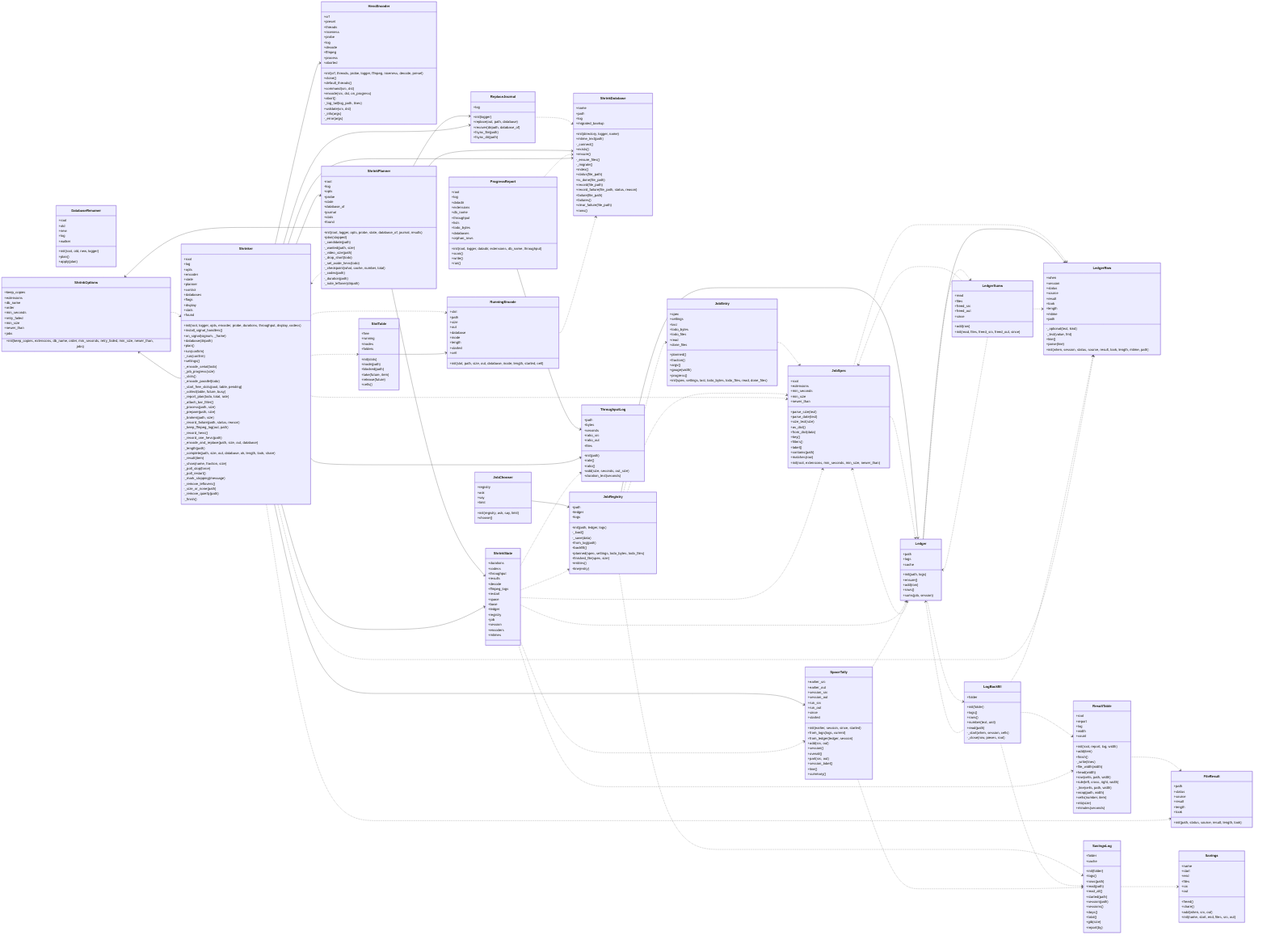
Before: docs/img/uml_shrink.png, a diagram exported from Mermaid (peddanet/mediatools). Its source is kept beside it as docs/img/uml_shrink.mmd. Its diagram source:
```mermaid
classDiagram
  direction LR
  class ShrinkDatabase {
    +name
    +path
    +log
    +migrated_backup
    +init(directory, logger, name)
    +mtime_text(path)
    -_connect()
    +exists()
    +ensure()
    -_ensure_files()
    -_migrate()
    +index()
    +status(file_path)
    +is_done(file_path)
    +record(file_path)
    +record_failure(file_path, status, reason)
    +failure(file_path)
    +failures()
    +clear_failure(file_path)
    +rows()
  }
  class DatabaseRenamer {
    +root
    +old
    +new
    +log
    +walker
    +init(root, old, new, logger)
    +plan()
    +apply(plan)
  }
  class HevcEncoder {
    +crf
    +preset
    +threads
    +threads_given
    +niceness
    +probe
    +log
    +decode
    +ffmpeg
    +process
    +aborted
    +init(crf, threads, probe, logger, ffmpeg, niceness, decode, preset)
    +clone()
    +default_threads()
    +command(src, dst)
    +encode(src, dst, on_progress)
    +abort()
    -_log_tail(log_path, lines)
    +validate(src, dst)
    -_info(args)
    -_error(args)
  }
  class FileResult {
    +path
    +status
    +source
    +result
    +length
    +took
    +init(path, status, source, result, length, took)
  }
  class JobChooser {
    +registry
    +ask
    +say
    +limit
    +init(registry, ask, say, limit)
    +choose()
  }
  class JobEntry {
    +spec
    +settings
    +last
    +todo_bytes
    +todo_files
    +read
    +done_files
    +planned()
    +fraction()
    +argv()
    +gauge(width)
    +progress()
    +init(spec, settings, last, todo_bytes, todo_files, read, done_files)
  }
  class JobRegistry {
    +path
    +ledger
    +logs
    +init(path, ledger, logs)
    -_load()
    -_save(data)
    +from_log(path)
    +backfill()
    +planned(spec, settings, todo_bytes, todo_files)
    +finished_file(spec, size)
    +entries()
    +line(entry)
  }
  class JobSpec {
    +root
    +extensions
    +min_seconds
    +min_size
    +newer_than
    +parse_size(text)
    +parse_date(text)
    +size_text(size)
    +as_dict()
    +from_dict(data)
    +key()
    +filters()
    +label()
    +contains(path)
    +matches(row)
    +init(root, extensions, min_seconds, min_size, newer_than)
  }
  class ReplaceJournal {
    +log
    +init(logger)
    +replace(out, path, database)
    +recover(dirpath, database_of)
    +fsync_file(path)
    +fsync_dir(path)
  }
  class Ledger {
    +path
    +logs
    +cache
    +init(path, logs)
    +ensure()
    +add(row)
    +rows()
    +sums(job, session)
  }
  class LedgerSums {
    +read
    +files
    +freed_src
    +freed_out
    +since
    +add(row)
    +init(read, files, freed_src, freed_out, since)
  }
  class LedgerRow {
    +when
    +session
    +status
    +source
    +result
    +took
    +length
    +mtime
    +path
    -_optional(text, kind)
    -_text(value, fmt)
    +line()
    +parse(line)
    +init(when, session, status, source, result, took, length, mtime, path)
  }
  class LogBackfill {
    +folder
    +init(folder)
    +logs()
    +rows()
    +number(text, unit)
    +read(path)
    -_start(when, session, cells)
    -_close(row, pieces, root)
  }
  class ShrinkOptions {
    +keep_copies
    +extensions
    +db_name
    +order
    +min_seconds
    +retry_failed
    +min_size
    +newer_than
    +jobs
    +init(keep_copies, extensions, db_name, order, min_seconds, retry_failed, min_size, newer_than, jobs)
  }
  class ShrinkPlanner {
    +root
    +log
    +opts
    +probe
    +state
    +database_of
    +journal
    +stats
    +found
    +init(root, logger, opts, probe, state, database_of, journal, results)
    +plan(stopped)
    -_candidate(path)
    -_wanted(path, size)
    -_video_size(path)
    -_drop_short(todo)
    -_set_aside_hevc(todo)
    -_checkpoint(what, cache, number, total)
    -_codec(path)
    -_duration(path)
    -_note_leftover(dirpath)
  }
  class ProgressReport {
    +root
    +log
    +datadir
    +extensions
    +db_name
    +throughput
    +lists
    +todo_bytes
    +databases
    +orphan_rows
    +init(root, logger, datadir, extensions, db_name, throughput)
    +scan()
    +write()
    +run()
  }
  class ResultTable {
    +root
    +report
    +log
    +width
    +count
    +init(root, report, log, width)
    +add(item)
    +finish()
    -_write(lines)
    +file_width(width)
    +head(width)
    +row(cells, path, width)
    +rule(left, cross, right, width)
    -_line(cells, path, width)
    +wrap(path, width)
    +cells(number, item)
    +mb(size)
    +minutes(seconds)
  }
  class Savings {
    +name
    +start
    +end
    +files
    +src
    +out
    +freed()
    +share()
    +add(when, src, out)
    +init(name, start, end, files, src, out)
  }
  class SavingsLog {
    +folder
    +cache
    +init(folder)
    +logs()
    +rows(path)
    +read(path)
    +read_all()
    +started(path)
    +session(path)
    +sessions()
    +days()
    +total()
    +gib(size)
    +report(by)
  }
  class Shrinker {
    +root
    +log
    +opts
    +encoder
    +state
    +planner
    +control
    +databases
    +flags
    +display
    +stats
    +found
    +init(root, logger, opts, encoder, probe, durations, throughput, display, codecs)
    +install_signal_handlers()
    +on_signal(signum, _frame)
    +database(dirpath)
    +plan()
    +run(confirm)
    -_run(confirm)
    +settings()
    -_encode_serial(todo)
    -_job_progress(size)
    -_slots()
    -_encode_parallel(todo)
    -_start_free_slots(pool, table, pending)
    -_progress_into(cell)
    -_collect(table, future, busy)
    -_report_plan(todo, total, rate)
    -_attach_bar_filter()
    -_process(path, size)
    -_prepare(path, size)
    -_broken(path, size)
    -_record_failure(path, status, reason)
    -_keep_ffmpeg_log(out, path)
    -_record_hevc()
    -_record_one_hevc(path)
    -_encode_and_replace(path, size, out, database)
    -_length(path)
    -_complete(path, size, out, database, ok, length, took, share)
    -_result(item)
    -_show(name, fraction, size)
    -_poll_stop(force)
    -_poll_restart()
    -_mark_stopping(message)
    -_remove_leftovers()
    -_size_or_none(path)
    -_remove_quietly(path)
    -_finish()
  }
  class ShrinkState {
    +durations
    +codecs
    +throughput
    +results
    +decode
    +ffmpeg_logs
    +restart
    +space
    +base
    +ledger
    +registry
    +job
    +session
    +encoders
    +mtimes
  }
  class RunningEncode {
    +slot
    +path
    +size
    +out
    +database
    +inode
    +length
    +started
    +cell
    +init(slot, path, size, out, database, inode, length, started, cell)
  }
  class SlotTable {
    +free
    +running
    +inodes
    +folders
    +init(slots)
    +inode(path)
    +blocked(path)
    +take(future, item)
    +release(future)
    +cells()
  }
  class SpaceTally {
    +earlier_src
    +earlier_out
    +session_src
    +session_out
    +run_src
    +run_out
    +since
    +started
    +init(earlier, session, since, started)
    +from_logs(logs, current)
    +from_ledger(ledger, session)
    +add(src, out)
    +session()
    +overall()
    +part(src, out)
    +session_label()
    +line()
    +summary()
  }
  class ThroughputLog {
    +path
    +bytes
    +seconds
    +ratio_src
    +ratio_out
    +files
    +init(path)
    +rate()
    +ratio()
    +add(size, seconds, out_size)
    +duration_text(seconds)
  }
  JobChooser --> JobRegistry
  JobEntry ..> JobSpec
  JobRegistry ..> JobEntry
  JobRegistry ..> JobSpec
  JobRegistry --> Ledger
  JobRegistry ..> SavingsLog
  JobSpec ..> Ledger
  JobSpec ..> LedgerRow
  ReplaceJournal ..> ShrinkDatabase
  Ledger ..> JobSpec
  Ledger --> LedgerRow
  Ledger ..> LedgerSums
  Ledger ..> LogBackfill
  LedgerSums ..> JobSpec
  LedgerSums ..> Ledger
  LedgerSums ..> LedgerRow
  LogBackfill ..> Ledger
  LogBackfill ..> LedgerRow
  LogBackfill ..> ResultTable
  LogBackfill ..> SavingsLog
  ShrinkOptions ..> Shrinker
  ShrinkPlanner --> ReplaceJournal
  ShrinkPlanner --> ShrinkDatabase
  ShrinkPlanner --> ShrinkOptions
  ShrinkPlanner --> ShrinkState
  ShrinkPlanner ..> Shrinker
  ProgressReport ..> ShrinkDatabase
  ProgressReport --> ThroughputLog
  ResultTable ..> FileResult
  SavingsLog ..> Savings
  Shrinker ..> FileResult
  Shrinker --> HevcEncoder
  Shrinker ..> JobSpec
  Shrinker ..> LedgerRow
  Shrinker --> ReplaceJournal
  Shrinker ..> RunningEncode
  Shrinker --> ShrinkDatabase
  Shrinker --> ShrinkOptions
  Shrinker --> ShrinkPlanner
  Shrinker --> ShrinkState
  Shrinker ..> SlotTable
  Shrinker --> SpaceTally
  Shrinker --> ThroughputLog
  ShrinkState ..> JobRegistry
  ShrinkState ..> JobSpec
  ShrinkState ..> Ledger
  ShrinkState ..> ResultTable
  ShrinkState ..> SpaceTally
  ShrinkState ..> ThroughputLog
  RunningEncode ..> ShrinkDatabase
  SlotTable --> RunningEncode
  SpaceTally ..> Ledger
  SpaceTally ..> SavingsLog
```
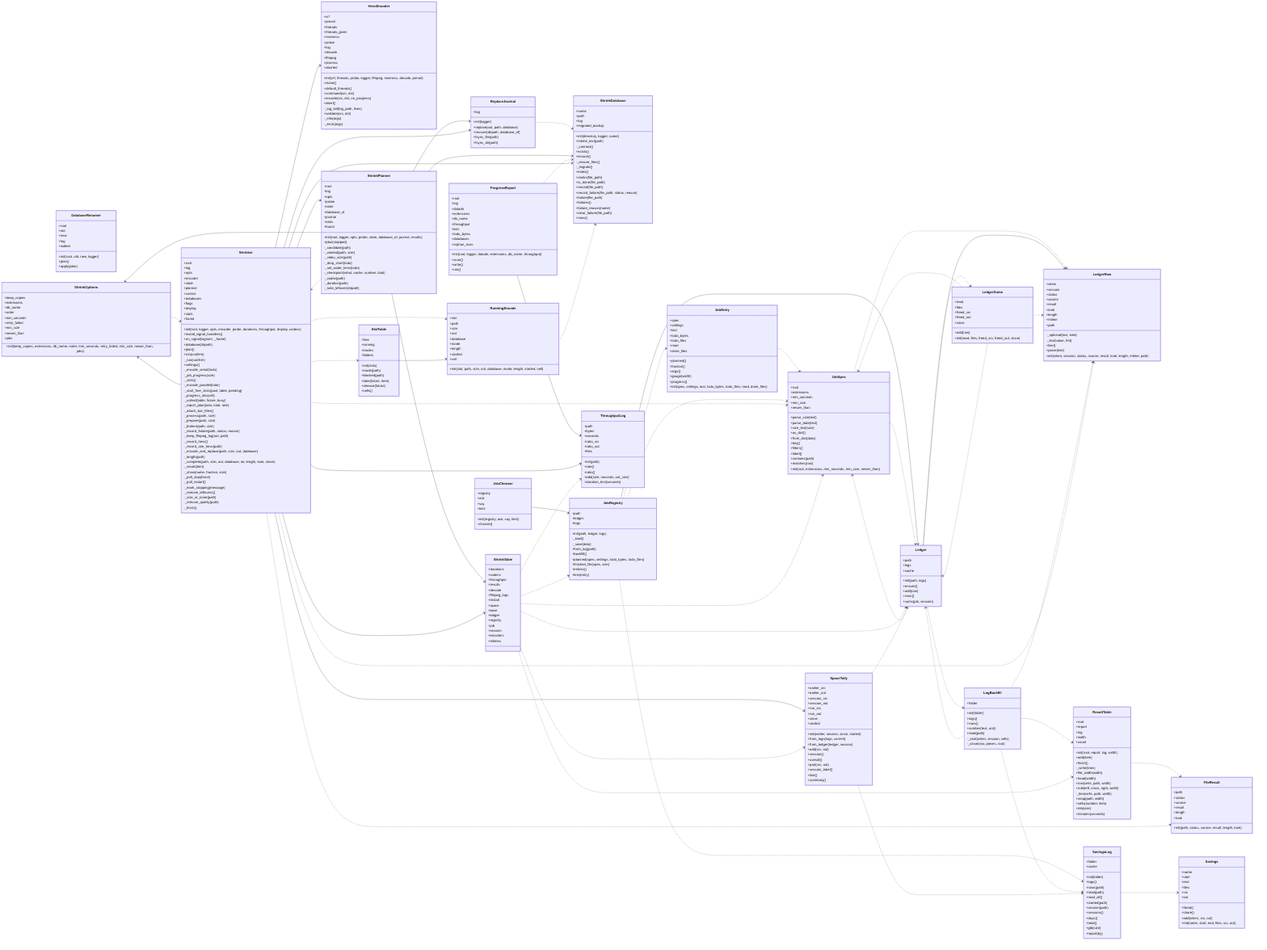
The same file after the commit.

The edit, as a diff of the source:
```diff
@@ -19,6 +19,7 @@
     +record_failure(file_path, status, reason)
     +failure(file_path)
     +failures()
+    +failure_reason(name)
     +clear_failure(file_path)
     +rows()
   }
```
